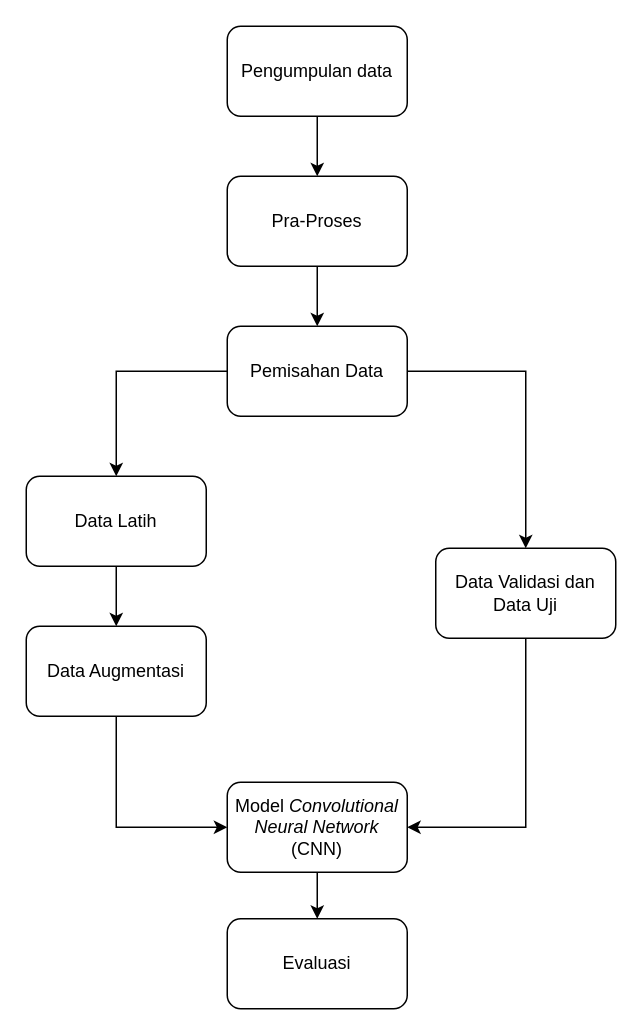
The draw.io diagram Diagram Alur Penelitian.drawio in bataragabut/SCRIPTSWEET, before the edit. Source tidied: cells renumbered, new cells numbered last; positions are measured from the earlier drawing's top-left corner, leaving out a move shared by most shapes. Both pictures are drawn from the tidied source at 150%, with x=0, y=0 at pixel (26, 26).
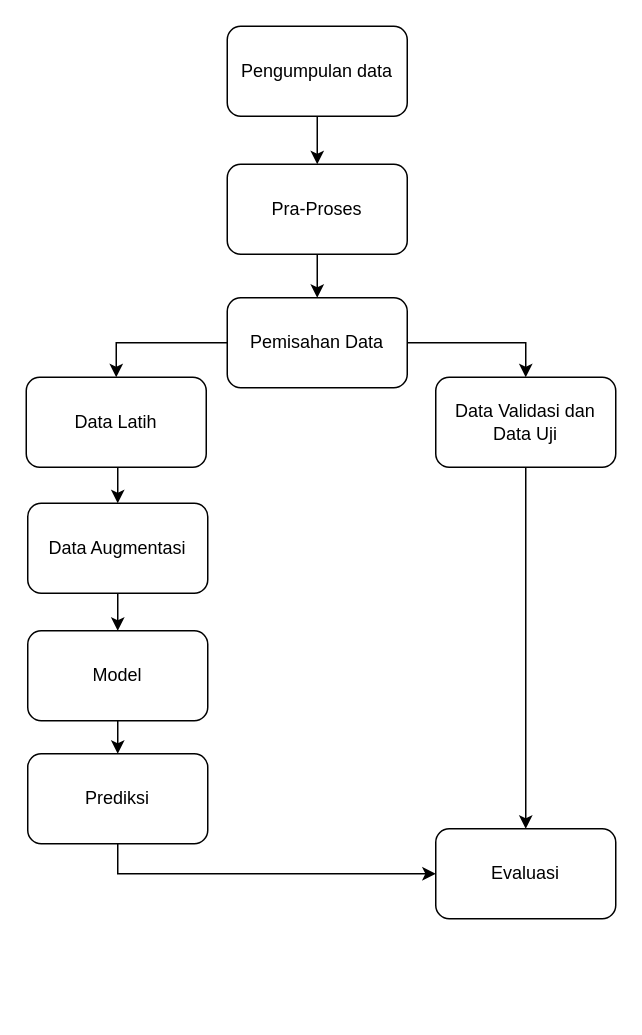
The same page after the edit.

Diff of the diagram source:
```diff
@@
 <mxGraphModel>
   <root>
     <mxCell id="0" />
     <mxCell id="1" parent="0" />
     <mxCell id="2" style="edgeStyle=orthogonalEdgeStyle;rounded=0;jettySize=auto;html=1;exitX=0.5;exitY=1;exitDx=0;exitDy=0;entryX=0.5;entryY=0;entryDx=0;entryDy=0;" parent="1" edge="1" source="3" target="5">
       <mxGeometry relative="1" as="geometry" />
     </mxCell>
     <mxCell id="3" value="Pengumpulan data" style="rounded=1;whiteSpace=wrap;html=1;" parent="1" vertex="1">
       <mxGeometry x="134" width="120" height="60" as="geometry" />
     </mxCell>
     <mxCell id="4" style="edgeStyle=orthogonalEdgeStyle;rounded=0;jettySize=auto;html=1;exitX=0.5;exitY=1;exitDx=0;exitDy=0;entryX=0.5;entryY=0;entryDx=0;entryDy=0;" parent="1" edge="1" source="5" target="8">
       <mxGeometry relative="1" as="geometry" />
     </mxCell>
     <mxCell id="5" value="Pra-Proses" style="rounded=1;whiteSpace=wrap;html=1;" parent="1" vertex="1">
-      <mxGeometry x="134" y="100" width="120" height="60" as="geometry" />
+      <mxGeometry x="134" y="92" width="120" height="60" as="geometry" />
     </mxCell>
     <mxCell id="6" style="edgeStyle=orthogonalEdgeStyle;rounded=0;jettySize=auto;html=1;exitX=1;exitY=0.5;exitDx=0;exitDy=0;entryX=0.5;entryY=0;entryDx=0;entryDy=0;" parent="1" edge="1" source="8" target="17">
       <mxGeometry relative="1" as="geometry" />
     </mxCell>
-    <mxCell id="7" style="edgeStyle=orthogonalEdgeStyle;rounded=0;jettySize=auto;html=1;exitX=0;exitY=0.5;exitDx=0;exitDy=0;" parent="1" edge="1" source="8" target="10">
+    <mxCell id="7" style="edgeStyle=orthogonalEdgeStyle;rounded=0;jettySize=auto;html=1;exitX=0;exitY=0.5;exitDx=0;exitDy=0;entryX=0.5;entryY=0;entryDx=0;entryDy=0;" parent="1" edge="1" source="8" target="10">
       <mxGeometry relative="1" as="geometry" />
     </mxCell>
     <mxCell id="8" value="Pemisahan Data" style="rounded=1;whiteSpace=wrap;html=1;" parent="1" vertex="1">
-      <mxGeometry x="134" y="200" width="120" height="60" as="geometry" />
+      <mxGeometry x="134" y="181" width="120" height="60" as="geometry" />
     </mxCell>
     <mxCell id="9" style="edgeStyle=orthogonalEdgeStyle;rounded=0;jettySize=auto;html=1;exitX=0.5;exitY=1;exitDx=0;exitDy=0;entryX=0.5;entryY=0;entryDx=0;entryDy=0;" parent="1" edge="1" source="10" target="15">
       <mxGeometry relative="1" as="geometry" />
     </mxCell>
     <mxCell id="10" value="Data Latih" style="rounded=1;whiteSpace=wrap;html=1;" parent="1" vertex="1">
-      <mxGeometry y="300" width="120" height="60" as="geometry" />
+      <mxGeometry y="234" width="120" height="60" as="geometry" />
     </mxCell>
-    <mxCell id="11" style="edgeStyle=orthogonalEdgeStyle;rounded=0;jettySize=auto;html=1;exitX=0.5;exitY=1;exitDx=0;exitDy=0;entryX=0.5;entryY=0;entryDx=0;entryDy=0;" parent="1" edge="1" source="12" target="13">
+    <mxCell id="11" style="edgeStyle=orthogonalEdgeStyle;rounded=0;jettySize=auto;html=1;exitX=0.5;exitY=1;exitDx=0;exitDy=0;entryX=0;entryY=0.5;entryDx=0;entryDy=0;" parent="1" edge="1" source="12" target="13">
       <mxGeometry relative="1" as="geometry" />
     </mxCell>
-    <mxCell id="12" value="Model &lt;i&gt;Convolutional Neural Network&lt;/i&gt; (CNN)" style="rounded=1;whiteSpace=wrap;html=1;" parent="1" vertex="1">
-      <mxGeometry x="134" y="504" width="120" height="60" as="geometry" />
+    <mxCell id="12" value="Prediksi" style="rounded=1;whiteSpace=wrap;html=1;" parent="1" vertex="1">
+      <mxGeometry x="1" y="485" width="120" height="60" as="geometry" />
     </mxCell>
     <mxCell id="13" value="Evaluasi" style="rounded=1;whiteSpace=wrap;html=1;" parent="1" vertex="1">
-      <mxGeometry x="134" y="595" width="120" height="60" as="geometry" />
+      <mxGeometry x="273" y="535" width="120" height="60" as="geometry" />
     </mxCell>
-    <mxCell id="14" style="edgeStyle=orthogonalEdgeStyle;rounded=0;jettySize=auto;html=1;exitX=0.5;exitY=1;exitDx=0;exitDy=0;entryX=0;entryY=0.5;entryDx=0;entryDy=0;" parent="1" edge="1" source="15" target="12">
-      <mxGeometry relative="1" as="geometry" />
-    </mxCell>
+    <mxCell id="18" style="edgeStyle=orthogonalEdgeStyle;rounded=0;jettySize=auto;html=1;exitX=0.5;exitY=1;exitDx=0;exitDy=0;entryX=0.5;entryY=0;entryDx=0;entryDy=0;" parent="1" edge="1" source="15" target="21">
+      <mxGeometry relative="1" as="geometry" />
+    </mxCell>
     <mxCell id="15" value="Data Augmentasi" style="rounded=1;whiteSpace=wrap;html=1;" parent="1" vertex="1">
-      <mxGeometry y="400" width="120" height="60" as="geometry" />
+      <mxGeometry x="1" y="318" width="120" height="60" as="geometry" />
     </mxCell>
-    <mxCell id="16" style="edgeStyle=orthogonalEdgeStyle;rounded=0;jettySize=auto;html=1;exitX=0.5;exitY=1;exitDx=0;exitDy=0;entryX=1;entryY=0.5;entryDx=0;entryDy=0;" parent="1" edge="1" source="17" target="12">
-      <mxGeometry relative="1" as="geometry" />
-    </mxCell>
+    <mxCell id="19" style="edgeStyle=orthogonalEdgeStyle;rounded=0;jettySize=auto;html=1;exitX=0.5;exitY=1;exitDx=0;exitDy=0;entryX=0.5;entryY=0;entryDx=0;entryDy=0;" parent="1" edge="1" source="17" target="13">
+      <mxGeometry relative="1" as="geometry" />
+    </mxCell>
     <mxCell id="17" value="Data Validasi dan Data Uji" style="rounded=1;whiteSpace=wrap;html=1;" parent="1" vertex="1">
-      <mxGeometry x="273" y="348" width="120" height="60" as="geometry" />
+      <mxGeometry x="273" y="234" width="120" height="60" as="geometry" />
     </mxCell>
+    <mxCell id="20" style="edgeStyle=orthogonalEdgeStyle;rounded=0;jettySize=auto;html=1;exitX=0.5;exitY=1;exitDx=0;exitDy=0;entryX=0.5;entryY=0;entryDx=0;entryDy=0;" parent="1" edge="1" source="21" target="12">
+      <mxGeometry relative="1" as="geometry" />
+    </mxCell>
+    <mxCell id="21" value="Model" style="rounded=1;whiteSpace=wrap;html=1;" parent="1" vertex="1">
+      <mxGeometry x="1" y="403" width="120" height="60" as="geometry" />
+    </mxCell>
   </root>
 </mxGraphModel>
```
